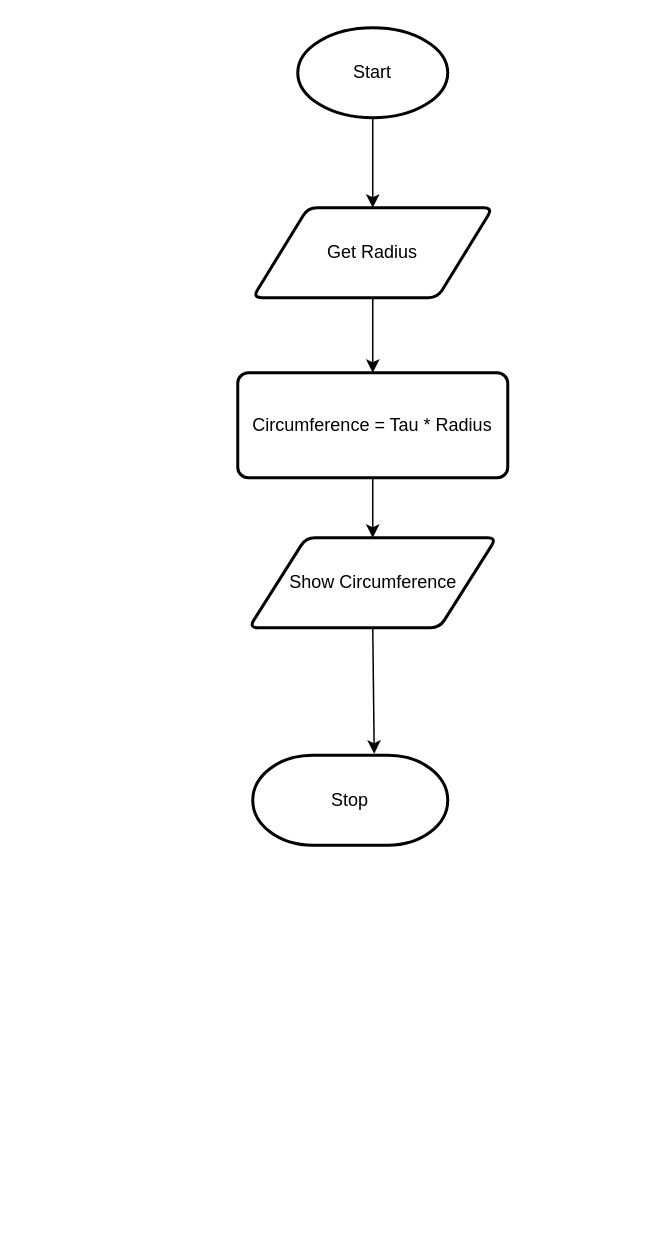
Before: flowchart.drawio in Ethan-Prieur1/ICS3U-Unit4-06-Python, a draw.io diagram. Source tidied: cells renumbered, new cells numbered last; positions are measured from the earlier drawing's top-left corner, leaving out a move shared by most shapes. Both pictures are drawn from the tidied source at 150%, with x=0, y=0 at pixel (237, 27).
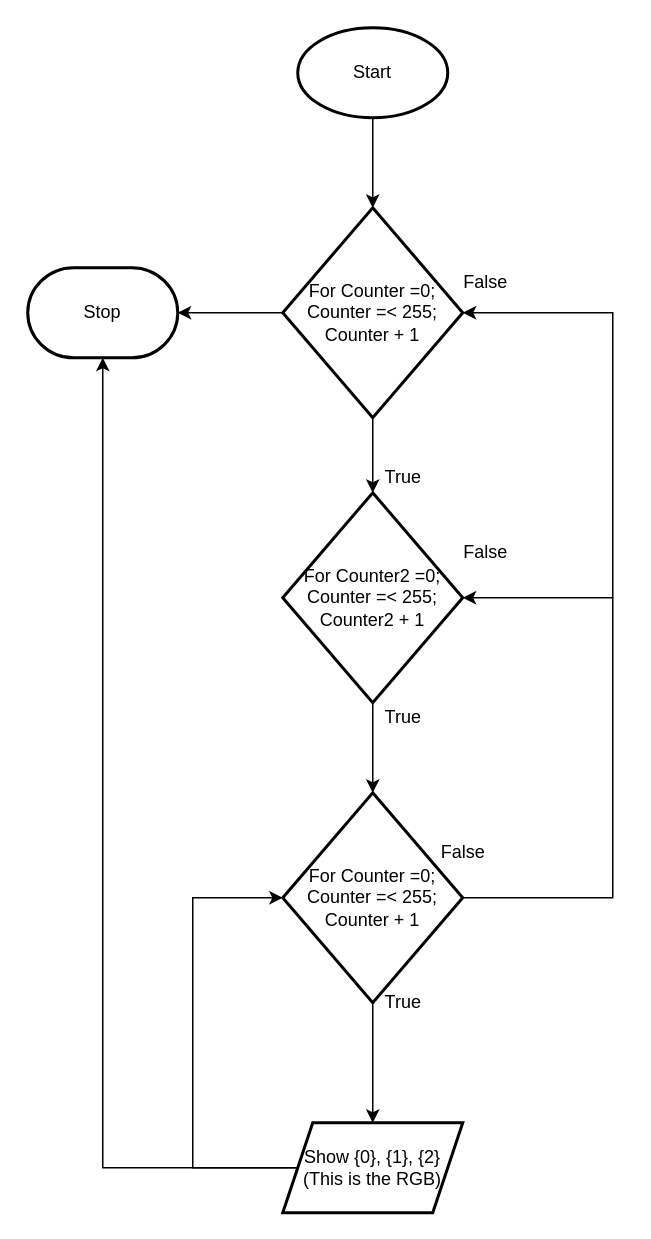
After the change.

Unchanged cells that the change refers to:
```xml
<mxCell id="3" value="Start" style="strokeWidth=2;html=1;shape=mxgraph.flowchart.start_1;whiteSpace=wrap;" parent="1" vertex="1">
  <mxGeometry x="40" width="100" height="60" as="geometry" />
</mxCell>
```

The edit, as a diff of the source:
```diff
@@
-    <mxCell id="2" style="edgeStyle=none;html=1;exitX=0.5;exitY=1;exitDx=0;exitDy=0;exitPerimeter=0;entryX=0.5;entryY=0;entryDx=0;entryDy=0;" parent="1" edge="1" source="3" target="5">
-      <mxGeometry relative="1" as="geometry" />
+    <mxCell id="2" style="edgeStyle=none;html=1;exitX=0.5;exitY=1;exitDx=0;exitDy=0;exitPerimeter=0;entryX=0.5;entryY=0;entryDx=0;entryDy=0;" parent="1" edge="1" source="3">
+      <mxGeometry relative="1" as="geometry">
+        <mxPoint x="90" y="120" as="targetPoint" />
+      </mxGeometry>
     </mxCell>
@@
-    <mxCell id="4" style="edgeStyle=none;html=1;exitX=0.5;exitY=1;exitDx=0;exitDy=0;entryX=0.5;entryY=0;entryDx=0;entryDy=0;" parent="1" edge="1" source="5" target="7">
-      <mxGeometry relative="1" as="geometry" />
-    </mxCell>
-    <mxCell id="5" value="Get Radius" style="shape=parallelogram;html=1;strokeWidth=2;perimeter=parallelogramPerimeter;whiteSpace=wrap;rounded=1;arcSize=12;size=0.23;" parent="1" vertex="1">
-      <mxGeometry x="10" y="120" width="160" height="60" as="geometry" />
-    </mxCell>
-    <mxCell id="6" style="edgeStyle=none;html=1;exitX=0.5;exitY=1;exitDx=0;exitDy=0;entryX=0.5;entryY=0;entryDx=0;entryDy=0;" parent="1" edge="1" source="7" target="9">
-      <mxGeometry relative="1" as="geometry" />
-    </mxCell>
-    <mxCell id="7" value="Circumference = Tau * Radius" style="rounded=1;whiteSpace=wrap;html=1;absoluteArcSize=1;arcSize=14;strokeWidth=2;" parent="1" vertex="1">
-      <mxGeometry y="230" width="180" height="70" as="geometry" />
-    </mxCell>
-    <mxCell id="8" style="edgeStyle=none;html=1;exitX=0.5;exitY=1;exitDx=0;exitDy=0;entryX=0.623;entryY=-0.017;entryDx=0;entryDy=0;entryPerimeter=0;" parent="1" edge="1" source="9" target="10">
-      <mxGeometry relative="1" as="geometry" />
-    </mxCell>
-    <mxCell id="9" value="Show Circumference" style="shape=parallelogram;html=1;strokeWidth=2;perimeter=parallelogramPerimeter;whiteSpace=wrap;rounded=1;arcSize=12;size=0.23;" parent="1" vertex="1">
-      <mxGeometry x="7.5" y="340" width="165" height="60" as="geometry" />
-    </mxCell>
+    <mxCell id="11" style="edgeStyle=none;html=1;" parent="1" edge="1" source="13" target="15">
+      <mxGeometry relative="1" as="geometry" />
+    </mxCell>
+    <mxCell id="12" style="edgeStyle=none;rounded=0;html=1;entryX=1;entryY=0.5;entryDx=0;entryDy=0;entryPerimeter=0;" parent="1" edge="1" source="13" target="10">
+      <mxGeometry relative="1" as="geometry" />
+    </mxCell>
+    <mxCell id="13" value="For Counter =0; Counter =&amp;lt; 255; Counter + 1" style="strokeWidth=2;html=1;shape=mxgraph.flowchart.decision;whiteSpace=wrap;" parent="1" vertex="1">
+      <mxGeometry x="30" y="120" width="120" height="140" as="geometry" />
+    </mxCell>
+    <mxCell id="14" style="edgeStyle=none;html=1;" parent="1" edge="1" source="15" target="18">
+      <mxGeometry relative="1" as="geometry" />
+    </mxCell>
+    <mxCell id="15" value="For Counter2 =0; Counter =&amp;lt; 255; Counter2 + 1" style="strokeWidth=2;html=1;shape=mxgraph.flowchart.decision;whiteSpace=wrap;" parent="1" vertex="1">
+      <mxGeometry x="30" y="310" width="120" height="140" as="geometry" />
+    </mxCell>
+    <mxCell id="16" style="edgeStyle=none;html=1;" parent="1" edge="1" source="18" target="21">
+      <mxGeometry relative="1" as="geometry" />
+    </mxCell>
+    <mxCell id="17" style="edgeStyle=none;rounded=0;html=1;exitX=1;exitY=0.5;exitDx=0;exitDy=0;exitPerimeter=0;entryX=1;entryY=0.5;entryDx=0;entryDy=0;entryPerimeter=0;" parent="1" edge="1" source="18" target="15">
+      <mxGeometry relative="1" as="geometry">
+        <Array as="points">
+          <mxPoint x="250" y="580" />
+          <mxPoint x="250" y="380" />
+        </Array>
+      </mxGeometry>
+    </mxCell>
+    <mxCell id="18" value="For Counter =0; Counter =&amp;lt; 255; Counter + 1" style="strokeWidth=2;html=1;shape=mxgraph.flowchart.decision;whiteSpace=wrap;" parent="1" vertex="1">
+      <mxGeometry x="30" y="510" width="120" height="140" as="geometry" />
+    </mxCell>
+    <mxCell id="19" style="edgeStyle=none;html=1;exitX=0;exitY=0.5;exitDx=0;exitDy=0;entryX=0;entryY=0.5;entryDx=0;entryDy=0;entryPerimeter=0;rounded=0;" parent="1" edge="1" source="21" target="18">
+      <mxGeometry relative="1" as="geometry">
+        <Array as="points">
+          <mxPoint x="-30" y="760" />
+          <mxPoint x="-30" y="580" />
+        </Array>
+      </mxGeometry>
+    </mxCell>
+    <mxCell id="20" style="edgeStyle=none;rounded=0;html=1;exitX=1;exitY=0.5;exitDx=0;exitDy=0;entryX=0.5;entryY=1;entryDx=0;entryDy=0;entryPerimeter=0;" parent="1" edge="1" source="21" target="10">
+      <mxGeometry relative="1" as="geometry">
+        <Array as="points">
+          <mxPoint x="-90" y="760" />
+        </Array>
+      </mxGeometry>
+    </mxCell>
+    <mxCell id="21" value="Show {0}, {1}, {2} (This is the RGB)" style="shape=parallelogram;perimeter=parallelogramPerimeter;whiteSpace=wrap;html=1;fixedSize=1;strokeWidth=2;" parent="1" vertex="1">
+      <mxGeometry x="30" y="730" width="120" height="60" as="geometry" />
+    </mxCell>
+    <mxCell id="22" value="True" style="text;html=1;align=center;verticalAlign=middle;strokeColor=none;fillColor=none;" parent="1" vertex="1">
+      <mxGeometry x="90" y="290" width="40" height="20" as="geometry" />
+    </mxCell>
+    <mxCell id="23" value="True" style="text;html=1;align=center;verticalAlign=middle;strokeColor=none;fillColor=none;" parent="1" vertex="1">
+      <mxGeometry x="90" y="450" width="40" height="20" as="geometry" />
+    </mxCell>
+    <mxCell id="24" value="True" style="text;html=1;align=center;verticalAlign=middle;strokeColor=none;fillColor=none;" parent="1" vertex="1">
+      <mxGeometry x="90" y="640" width="40" height="20" as="geometry" />
+    </mxCell>
     <mxCell id="10" value="Stop" style="strokeWidth=2;html=1;shape=mxgraph.flowchart.terminator;whiteSpace=wrap;" parent="1" vertex="1">
-      <mxGeometry x="10" y="485" width="130" height="60" as="geometry" />
+      <mxGeometry x="-140" y="160" width="100" height="60" as="geometry" />
     </mxCell>
+    <mxCell id="25" value="False" style="text;html=1;align=center;verticalAlign=middle;strokeColor=none;fillColor=none;" parent="1" vertex="1">
+      <mxGeometry x="125" y="540" width="50" height="20" as="geometry" />
+    </mxCell>
+    <mxCell id="26" value="False" style="text;html=1;align=center;verticalAlign=middle;strokeColor=none;fillColor=none;" parent="1" vertex="1">
+      <mxGeometry x="140" y="340" width="50" height="20" as="geometry" />
+    </mxCell>
+    <mxCell id="27" value="False" style="text;html=1;align=center;verticalAlign=middle;strokeColor=none;fillColor=none;" parent="1" vertex="1">
+      <mxGeometry x="140" y="160" width="50" height="20" as="geometry" />
+    </mxCell>
+    <mxCell id="28" style="endArrow=classic;html=1;rounded=0;entryX=1;entryY=0.5;entryDx=0;entryDy=0;entryPerimeter=0;" parent="1" edge="1" target="13">
+      <mxGeometry relative="1" as="geometry">
+        <mxPoint x="250" y="380" as="sourcePoint" />
+        <Array as="points">
+          <mxPoint x="250" y="190" />
+        </Array>
+      </mxGeometry>
+    </mxCell>
```
